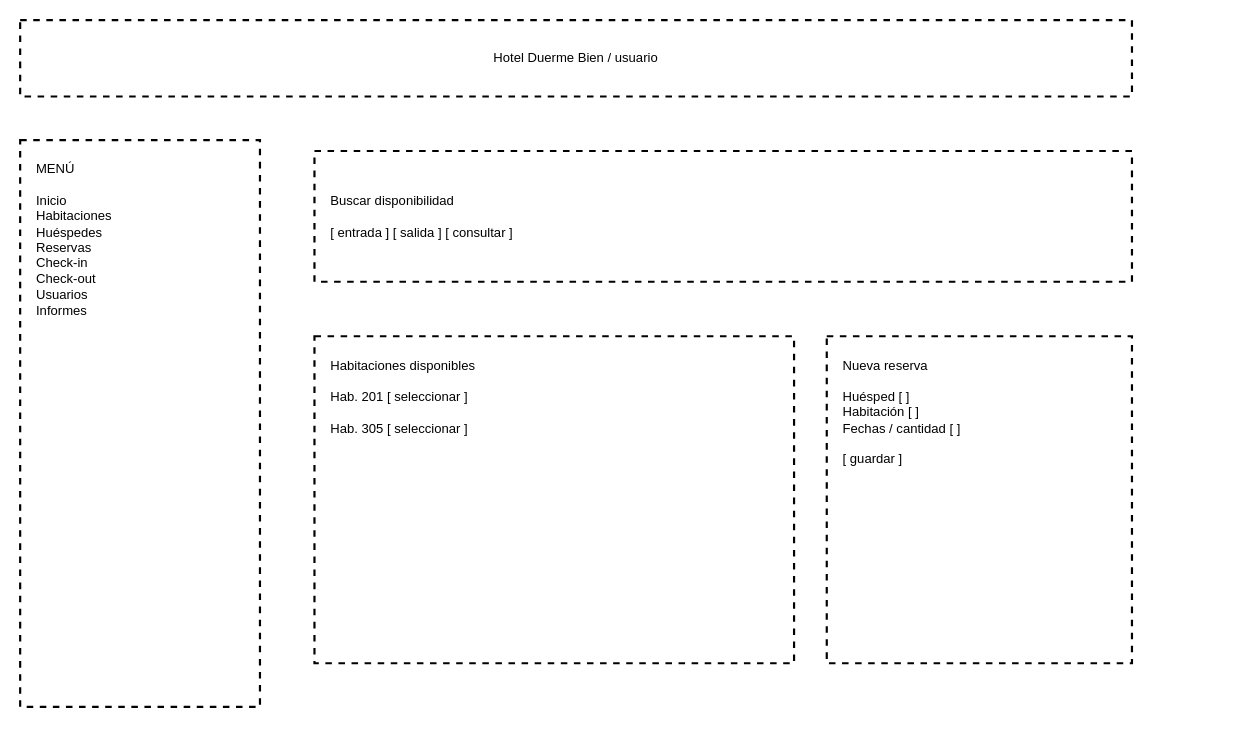
Above: page "Sketch" (1 of 3) of diagramas-editables/04-interfaz.drawio in Yutre3/diego (draw.io), before the change. Source tidied: cells renumbered, new cells numbered last; positions are measured from the earlier drawing's top-left corner, leaving out a move shared by most shapes. Both pictures are drawn from the tidied source at 109%, with x=0, y=0 at pixel (20, 20).
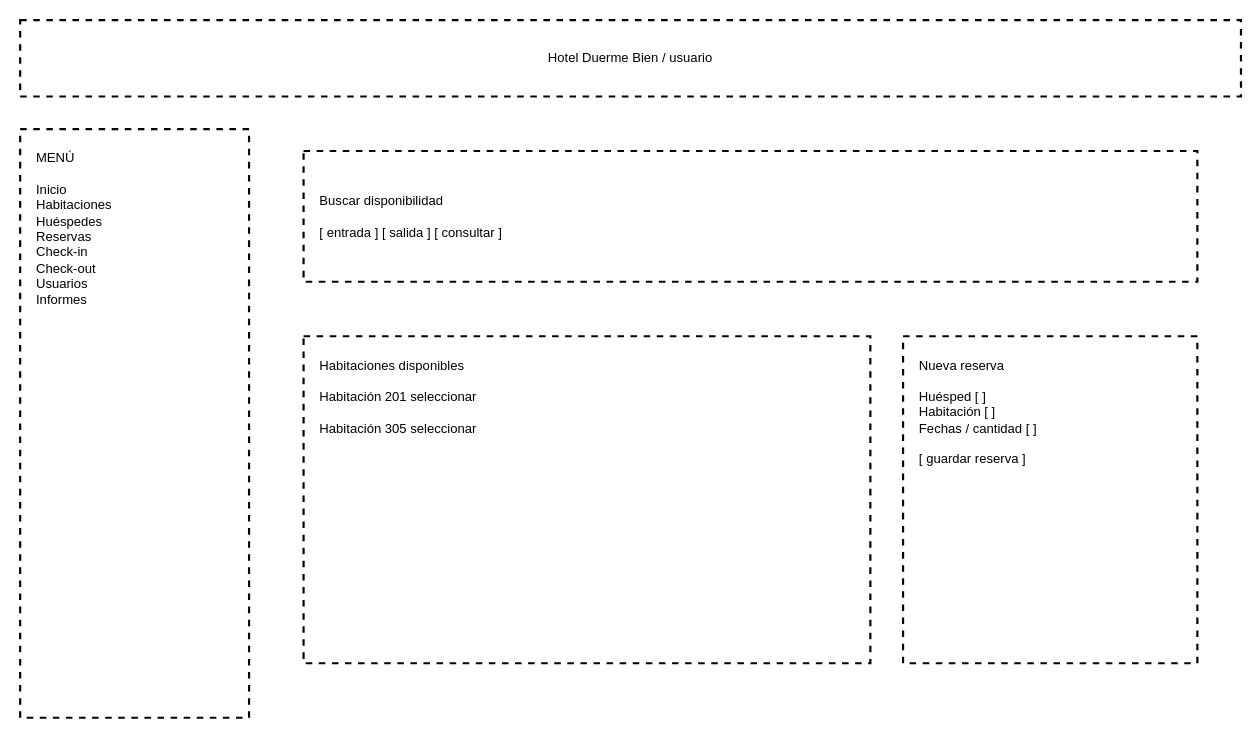
After the change.

What changed in the source:
```diff
@@
 <mxGraphModel>
   <root>
     <mxCell id="0" />
     <mxCell id="1" parent="0" />
     <mxCell id="2" value="Hotel Duerme Bien / usuario" style="rounded=0;whiteSpace=wrap;html=1;strokeWidth=2;dashed=1;" parent="1" vertex="1">
-      <mxGeometry width="1020" height="70" as="geometry" />
+      <mxGeometry width="1120" height="70" as="geometry" />
     </mxCell>
     <mxCell id="3" value="MENÚ&#10;&#10;Inicio&#10;Habitaciones&#10;Huéspedes&#10;Reservas&#10;Check-in&#10;Check-out&#10;Usuarios&#10;Informes" style="rounded=0;whiteSpace=wrap;html=1;strokeWidth=2;dashed=1;align=left;verticalAlign=top;spacing=15;" parent="1" vertex="1">
-      <mxGeometry y="110" width="220" height="520" as="geometry" />
+      <mxGeometry y="100" width="210" height="540" as="geometry" />
     </mxCell>
-    <mxCell id="4" value="Buscar disponibilidad&#10;&#10;[ entrada ]   [ salida ]                  [ consultar ]" style="rounded=0;whiteSpace=wrap;html=1;strokeWidth=2;dashed=1;align=left;spacing=15;" parent="1" vertex="1">
-      <mxGeometry x="270" y="120" width="750" height="120" as="geometry" />
+    <mxCell id="4" value="Buscar disponibilidad&#10;&#10;[ entrada ]    [ salida ]                        [ consultar ]" style="rounded=0;whiteSpace=wrap;html=1;strokeWidth=2;dashed=1;align=left;spacing=15;" parent="1" vertex="1">
+      <mxGeometry x="260" y="120" width="820" height="120" as="geometry" />
     </mxCell>
-    <mxCell id="5" value="Habitaciones disponibles&#10;&#10;Hab. 201                 [ seleccionar ]&#10;&#10;Hab. 305                 [ seleccionar ]" style="rounded=0;whiteSpace=wrap;html=1;strokeWidth=2;dashed=1;align=left;verticalAlign=top;spacing=15;" parent="1" vertex="1">
-      <mxGeometry x="270" y="290" width="440" height="300" as="geometry" />
-    </mxCell>
-    <mxCell id="6" value="Nueva reserva&#10;&#10;Huésped [ ]&#10;Habitación [ ]&#10;Fechas / cantidad [ ]&#10;&#10;[ guardar ]" style="rounded=0;whiteSpace=wrap;html=1;strokeWidth=2;dashed=1;align=left;verticalAlign=top;spacing=15;" parent="1" vertex="1">
-      <mxGeometry x="740" y="290" width="280" height="300" as="geometry" />
-    </mxCell>
+    <mxCell id="7" value="Habitaciones disponibles&#10;&#10;Habitación 201                         seleccionar&#10;&#10;Habitación 305                         seleccionar" style="rounded=0;whiteSpace=wrap;html=1;strokeWidth=2;dashed=1;align=left;verticalAlign=top;spacing=15;" parent="1" vertex="1">
+      <mxGeometry x="260" y="290" width="520" height="300" as="geometry" />
+    </mxCell>
+    <mxCell id="8" value="Nueva reserva&#10;&#10;Huésped [ ]&#10;Habitación [ ]&#10;Fechas / cantidad [ ]&#10;&#10;[ guardar reserva ]" style="rounded=0;whiteSpace=wrap;html=1;strokeWidth=2;dashed=1;align=left;verticalAlign=top;spacing=15;" parent="1" vertex="1">
+      <mxGeometry x="810" y="290" width="270" height="300" as="geometry" />
+    </mxCell>
   </root>
 </mxGraphModel>
```
